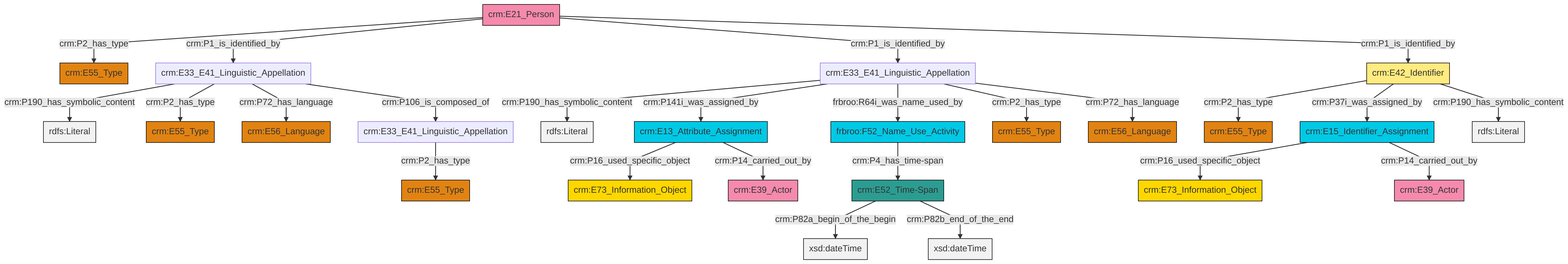
This is et/personCSV/ttl/mmd/png/Person_Names_and_Classification.png from swiss-art-research-net/docs.swissartresearch, a Mermaid export, as it was before one commit. Its source is kept beside it as et/personCSV/ttl/mmd/Person_Names_and_Classification.ttl.mmd.
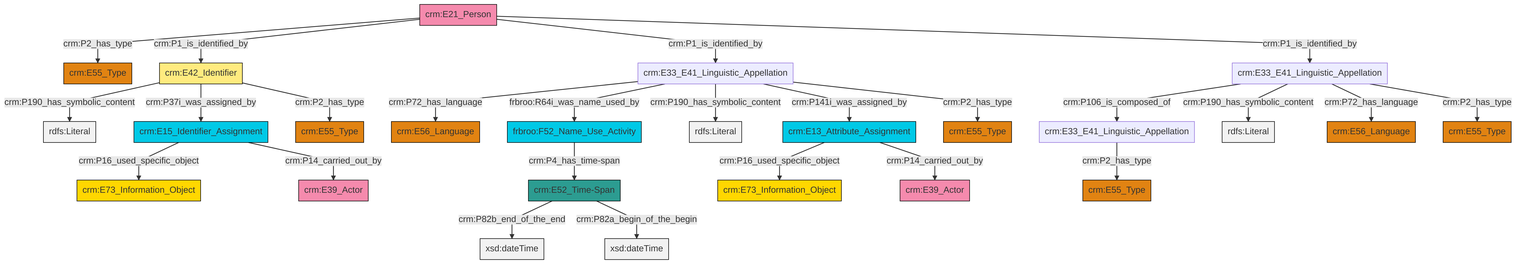
The same file after the commit.

What changed in the source:
```diff
@@ -13,27 +13,27 @@
 classDef PC_Classes fill:#4ce600, stroke:#000000;
 classDef Multi fill:#cccccc,stroke:#000000;
 
-2["crm:E33_E41_Linguistic_Appellation"]:::Default -->|crm:P190_has_symbolic_content| 3[rdfs:Literal]:::Literal
-4["crm:E33_E41_Linguistic_Appellation"]:::Default -->|crm:P190_has_symbolic_content| 5[rdfs:Literal]:::Literal
-2["crm:E33_E41_Linguistic_Appellation"]:::Default -->|crm:P2_has_type| 6["crm:E55_Type"]:::Type
-2["crm:E33_E41_Linguistic_Appellation"]:::Default -->|crm:P72_has_language| 7["crm:E56_Language"]:::Type
-11["frbroo:F52_Name_Use_Activity"]:::Temporal_Entity -->|crm:P4_has_time-span| 12["crm:E52_Time-Span"]:::Time-Span
-16["crm:E15_Identifier_Assignment"]:::Temporal_Entity -->|crm:P16_used_specific_object| 0["crm:E73_Information_Object"]:::Conceptual_Object
-2["crm:E33_E41_Linguistic_Appellation"]:::Default -->|crm:P106_is_composed_of| 23["crm:E33_E41_Linguistic_Appellation"]:::Default
-4["crm:E33_E41_Linguistic_Appellation"]:::Default -->|crm:P141i_was_assigned_by| 24["crm:E13_Attribute_Assignment"]:::Temporal_Entity
-26["crm:E42_Identifier"]:::Appellation -->|crm:P2_has_type| 27["crm:E55_Type"]:::Type
-4["crm:E33_E41_Linguistic_Appellation"]:::Default -->|frbroo:R64i_was_name_used_by| 11["frbroo:F52_Name_Use_Activity"]:::Temporal_Entity
-32["crm:E21_Person"]:::Actor -->|crm:P2_has_type| 13["crm:E55_Type"]:::Type
-16["crm:E15_Identifier_Assignment"]:::Temporal_Entity -->|crm:P14_carried_out_by| 34["crm:E39_Actor"]:::Actor
-32["crm:E21_Person"]:::Actor -->|crm:P1_is_identified_by| 2["crm:E33_E41_Linguistic_Appellation"]:::Default
-23["crm:E33_E41_Linguistic_Appellation"]:::Default -->|crm:P2_has_type| 39["crm:E55_Type"]:::Type
-12["crm:E52_Time-Span"]:::Time-Span -->|crm:P82a_begin_of_the_begin| 40[xsd:dateTime]:::Literal
-24["crm:E13_Attribute_Assignment"]:::Temporal_Entity -->|crm:P16_used_specific_object| 17["crm:E73_Information_Object"]:::Conceptual_Object
-26["crm:E42_Identifier"]:::Appellation -->|crm:P37i_was_assigned_by| 16["crm:E15_Identifier_Assignment"]:::Temporal_Entity
-32["crm:E21_Person"]:::Actor -->|crm:P1_is_identified_by| 4["crm:E33_E41_Linguistic_Appellation"]:::Default
-32["crm:E21_Person"]:::Actor -->|crm:P1_is_identified_by| 26["crm:E42_Identifier"]:::Appellation
-4["crm:E33_E41_Linguistic_Appellation"]:::Default -->|crm:P2_has_type| 19["crm:E55_Type"]:::Type
-4["crm:E33_E41_Linguistic_Appellation"]:::Default -->|crm:P72_has_language| 8["crm:E56_Language"]:::Type
-26["crm:E42_Identifier"]:::Appellation -->|crm:P190_has_symbolic_content| 44[rdfs:Literal]:::Literal
-24["crm:E13_Attribute_Assignment"]:::Temporal_Entity -->|crm:P14_carried_out_by| 29["crm:E39_Actor"]:::Actor
-12["crm:E52_Time-Span"]:::Time-Span -->|crm:P82b_end_of_the_end| 45[xsd:dateTime]:::Literal
+2["crm:E21_Person"]:::Actor -->|crm:P2_has_type| 3["crm:E55_Type"]:::Type
+4["crm:E33_E41_Linguistic_Appellation"]:::Default -->|crm:P106_is_composed_of| 5["crm:E33_E41_Linguistic_Appellation"]:::Default
+2["crm:E21_Person"]:::Actor -->|crm:P1_is_identified_by| 8["crm:E42_Identifier"]:::Appellation
+9["crm:E33_E41_Linguistic_Appellation"]:::Default -->|crm:P72_has_language| 10["crm:E56_Language"]:::Type
+13["crm:E13_Attribute_Assignment"]:::Temporal_Entity -->|crm:P16_used_specific_object| 6["crm:E73_Information_Object"]:::Conceptual_Object
+5["crm:E33_E41_Linguistic_Appellation"]:::Default -->|crm:P2_has_type| 18["crm:E55_Type"]:::Type
+9["crm:E33_E41_Linguistic_Appellation"]:::Default -->|frbroo:R64i_was_name_used_by| 0["frbroo:F52_Name_Use_Activity"]:::Temporal_Entity
+0["frbroo:F52_Name_Use_Activity"]:::Temporal_Entity -->|crm:P4_has_time-span| 24["crm:E52_Time-Span"]:::Time-Span
+4["crm:E33_E41_Linguistic_Appellation"]:::Default -->|crm:P190_has_symbolic_content| 28[rdfs:Literal]:::Literal
+2["crm:E21_Person"]:::Actor -->|crm:P1_is_identified_by| 9["crm:E33_E41_Linguistic_Appellation"]:::Default
+24["crm:E52_Time-Span"]:::Time-Span -->|crm:P82b_end_of_the_end| 34[xsd:dateTime]:::Literal
+9["crm:E33_E41_Linguistic_Appellation"]:::Default -->|crm:P190_has_symbolic_content| 35[rdfs:Literal]:::Literal
+9["crm:E33_E41_Linguistic_Appellation"]:::Default -->|crm:P141i_was_assigned_by| 13["crm:E13_Attribute_Assignment"]:::Temporal_Entity
+13["crm:E13_Attribute_Assignment"]:::Temporal_Entity -->|crm:P14_carried_out_by| 31["crm:E39_Actor"]:::Actor
+8["crm:E42_Identifier"]:::Appellation -->|crm:P190_has_symbolic_content| 41[rdfs:Literal]:::Literal
+2["crm:E21_Person"]:::Actor -->|crm:P1_is_identified_by| 4["crm:E33_E41_Linguistic_Appellation"]:::Default
+8["crm:E42_Identifier"]:::Appellation -->|crm:P37i_was_assigned_by| 16["crm:E15_Identifier_Assignment"]:::Temporal_Entity
+4["crm:E33_E41_Linguistic_Appellation"]:::Default -->|crm:P72_has_language| 43["crm:E56_Language"]:::Type
+24["crm:E52_Time-Span"]:::Time-Span -->|crm:P82a_begin_of_the_begin| 44[xsd:dateTime]:::Literal
+16["crm:E15_Identifier_Assignment"]:::Temporal_Entity -->|crm:P16_used_specific_object| 14["crm:E73_Information_Object"]:::Conceptual_Object
+16["crm:E15_Identifier_Assignment"]:::Temporal_Entity -->|crm:P14_carried_out_by| 11["crm:E39_Actor"]:::Actor
+9["crm:E33_E41_Linguistic_Appellation"]:::Default -->|crm:P2_has_type| 19["crm:E55_Type"]:::Type
+8["crm:E42_Identifier"]:::Appellation -->|crm:P2_has_type| 21["crm:E55_Type"]:::Type
+4["crm:E33_E41_Linguistic_Appellation"]:::Default -->|crm:P2_has_type| 29["crm:E55_Type"]:::Type
```
